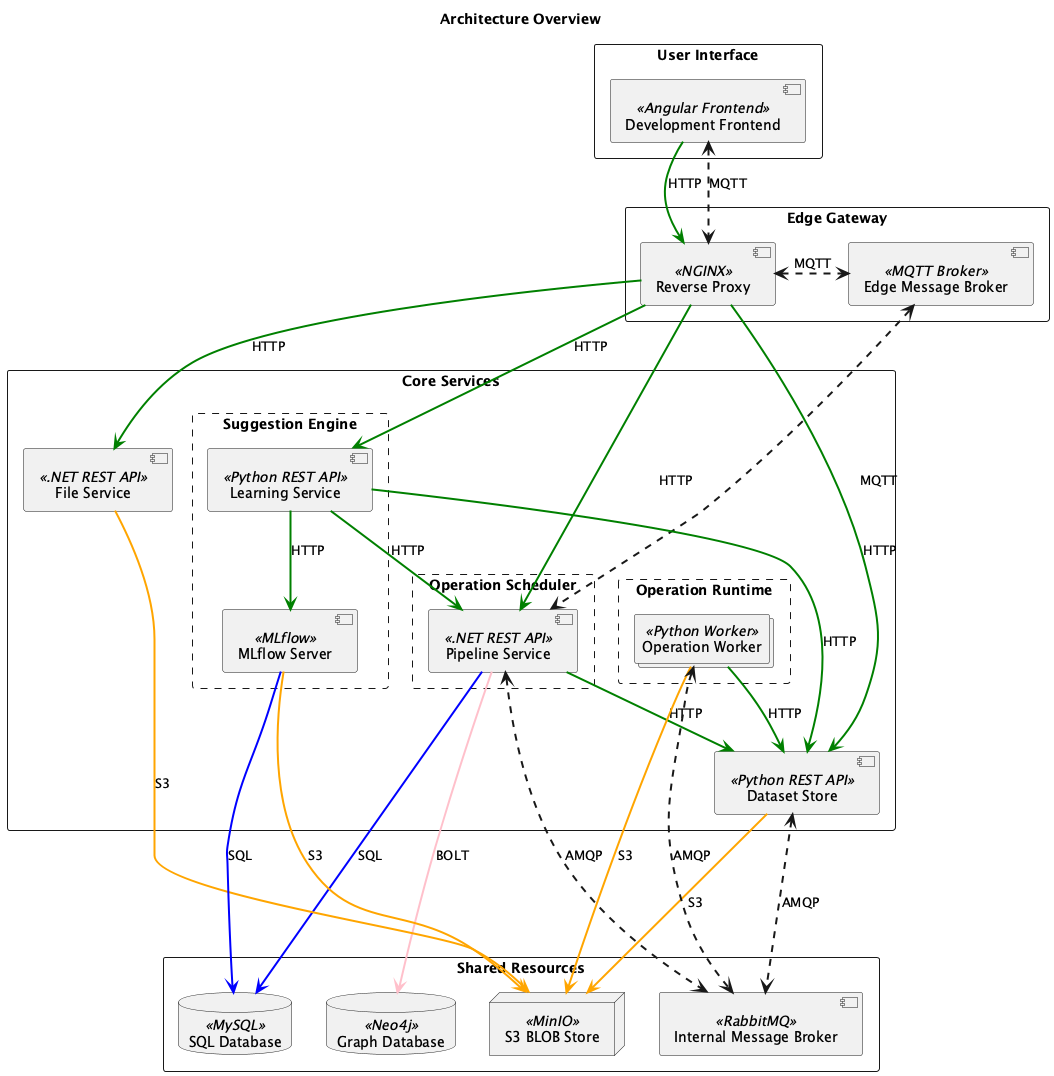
Before: docs/architecture/overview.png, a diagram exported from PlantUML (project-hanse/prototype-a).
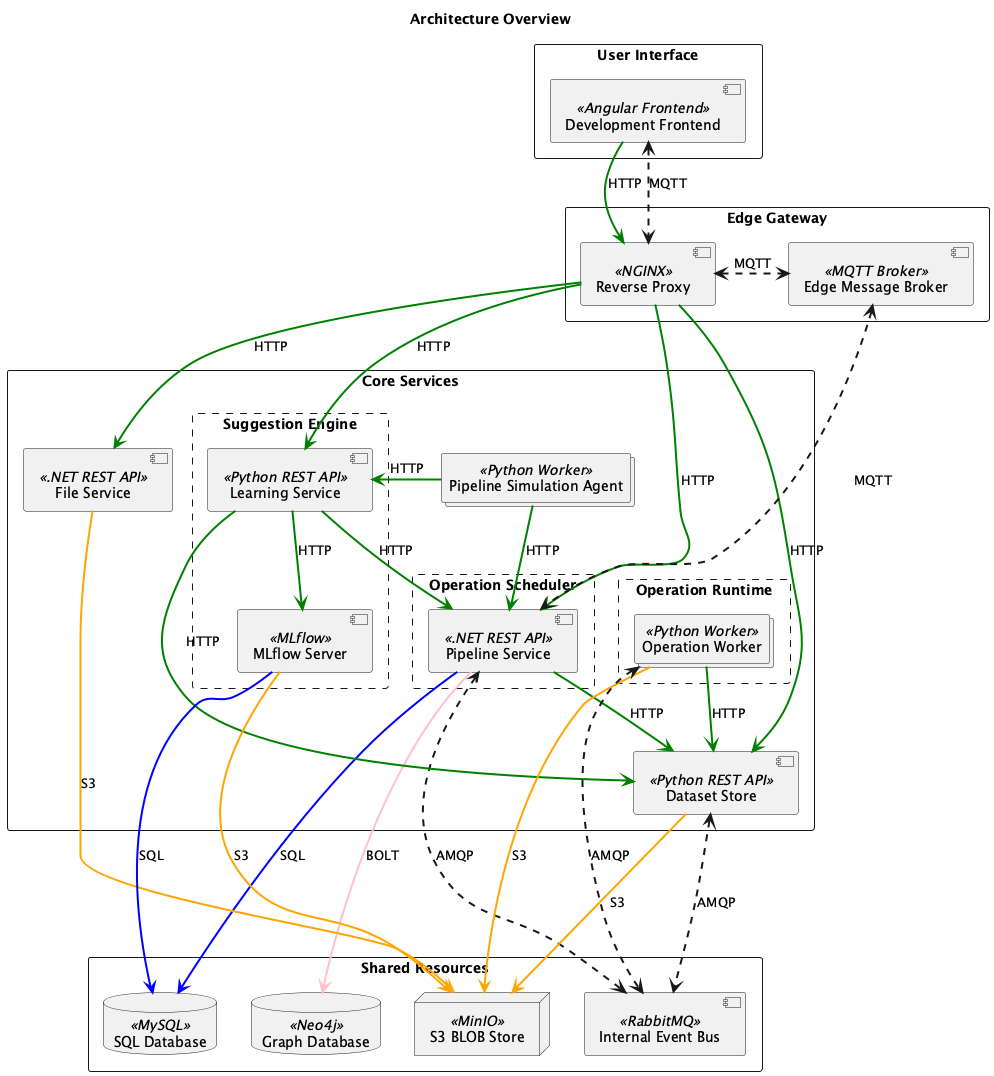
After the change.

Diff of the diagram source:
```diff
@@ -28,6 +28,7 @@
     	collections  "Operation Worker" <<Python Worker>> as worker
     }
 
+		collections "Pipeline Simulation Agent" << Python Worker >> as pipeline_creation_agent
     component "File Service" << .NET REST API >> as file_service
 		component "Dataset Store" << Python REST API >> as dataset_store
 }
@@ -36,7 +37,7 @@
     database "Graph Database" << Neo4j >> as graph_db
     node "S3 BLOB Store" << MinIO >> as blob_store_minio
     database "SQL Database" << MySQL >> as mysql_db
-    component "Internal Message Broker" << RabbitMQ >> as message_broker_internal
+    component "Internal Event Bus" << RabbitMQ >> as message_broker_internal
 }
 
 
@@ -60,6 +61,9 @@
 learning_service -[#green,thickness=2]-> dataset_store : HTTP
 learning_service -[#green,thickness=2]-> pipeline_service : HTTP
 
+pipeline_creation_agent -[#green,thickness=2]-> pipeline_service : HTTP
+pipeline_creation_agent -[#green,thickness=2]l-> learning_service : HTTP
+
 
 dataset_store -[#orange,thickness=2]-> blob_store_minio : S3
 dataset_store <-[dashed,thickness=2]--> message_broker_internal : AMQP
```
